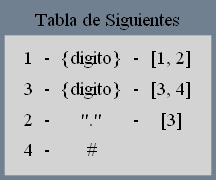
The Graphviz diagram Proyecto1/reportes/siguientes_202010751/Tabla3.png in parguet/OLC1_Proyecto1_202010751, before a commit. Its source is kept beside it as Proyecto1/reportes/siguientes_202010751/Tabla3.dot. The source it was exported from:
```dot
digraph G {
bgcolor="slategrey" label="Tabla de Siguientes"layout=dot
labelloc = "t"edge [weigth=1000  color=darkgreen  arrowtail="open" arrowhead="open"]
node[shape=box, style="filled", color=lightgrey];
a0 [label=<
<TABLE><TR><TD>1</TD>
  <TD>-</TD>
  <TD>{digito}</TD>
  <TD>-</TD>
  <TD>[1, 2]</TD>
  </TR><TR><TD>3</TD>
  <TD>-</TD>
  <TD>{digito}</TD>
  <TD>-</TD>
  <TD>[3, 4]</TD>
  </TR><TR><TD>2</TD>
  <TD>-</TD>
  <TD>"."</TD>
  <TD>-</TD>
  <TD>[3]</TD>
  </TR><TR><TD>4</TD>
  <TD>-</TD>
  <TD>#</TD>
  </TR></TABLE>>];}
```
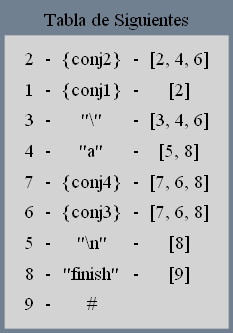
The same file after the commit.

The edit, as a diff of the source:
```diff
@@ -3,22 +3,47 @@
 labelloc = "t"edge [weigth=1000  color=darkgreen  arrowtail="open" arrowhead="open"]
 node[shape=box, style="filled", color=lightgrey];
 a0 [label=<
-<TABLE><TR><TD>1</TD>
+<TABLE><TR><TD>2</TD>
   <TD>-</TD>
-  <TD>{digito}</TD>
+  <TD>{conj2}</TD>
   <TD>-</TD>
-  <TD>[1, 2]</TD>
+  <TD>[2, 4, 6]</TD>
+  </TR><TR><TD>1</TD>
+  <TD>-</TD>
+  <TD>{conj1}</TD>
+  <TD>-</TD>
+  <TD>[2]</TD>
   </TR><TR><TD>3</TD>
   <TD>-</TD>
-  <TD>{digito}</TD>
+  <TD>"\"</TD>
   <TD>-</TD>
-  <TD>[3, 4]</TD>
-  </TR><TR><TD>2</TD>
+  <TD>[3, 4, 6]</TD>
+  </TR><TR><TD>4</TD>
   <TD>-</TD>
-  <TD>"."</TD>
+  <TD>"a"</TD>
   <TD>-</TD>
-  <TD>[3]</TD>
-  </TR><TR><TD>4</TD>
+  <TD>[5, 8]</TD>
+  </TR><TR><TD>7</TD>
+  <TD>-</TD>
+  <TD>{conj4}</TD>
+  <TD>-</TD>
+  <TD>[7, 6, 8]</TD>
+  </TR><TR><TD>6</TD>
+  <TD>-</TD>
+  <TD>{conj3}</TD>
+  <TD>-</TD>
+  <TD>[7, 6, 8]</TD>
+  </TR><TR><TD>5</TD>
+  <TD>-</TD>
+  <TD>"\n"</TD>
+  <TD>-</TD>
+  <TD>[8]</TD>
+  </TR><TR><TD>8</TD>
+  <TD>-</TD>
+  <TD>"finish"</TD>
+  <TD>-</TD>
+  <TD>[9]</TD>
+  </TR><TR><TD>9</TD>
   <TD>-</TD>
   <TD>#</TD>
   </TR></TABLE>>];}
```
